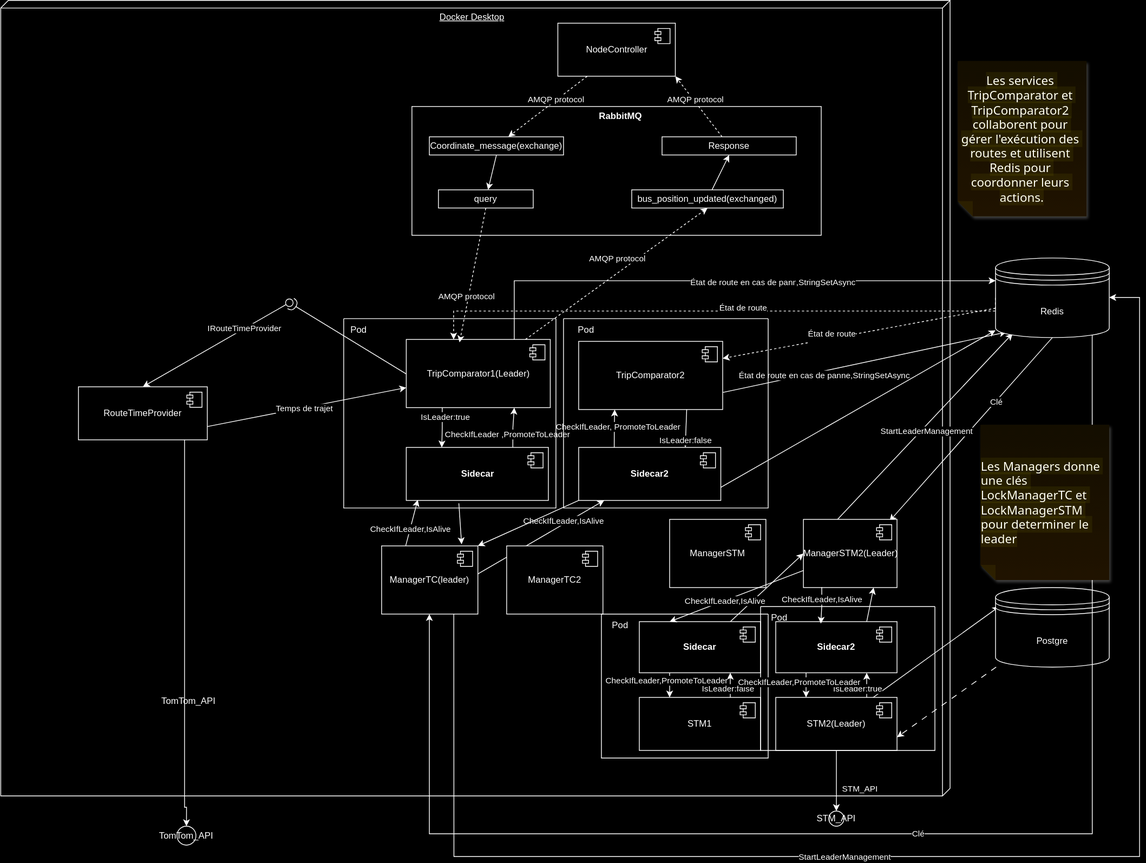
Earlier version of the draw.io export LOG430-STM-main/doc/C&CArchitecte.drawio.svg (Balsero/LOG430-STM-main). Source tidied: cells renumbered, new cells last; positions are measured from the earlier drawing's top-left corner, leaving out a move shared by most shapes.
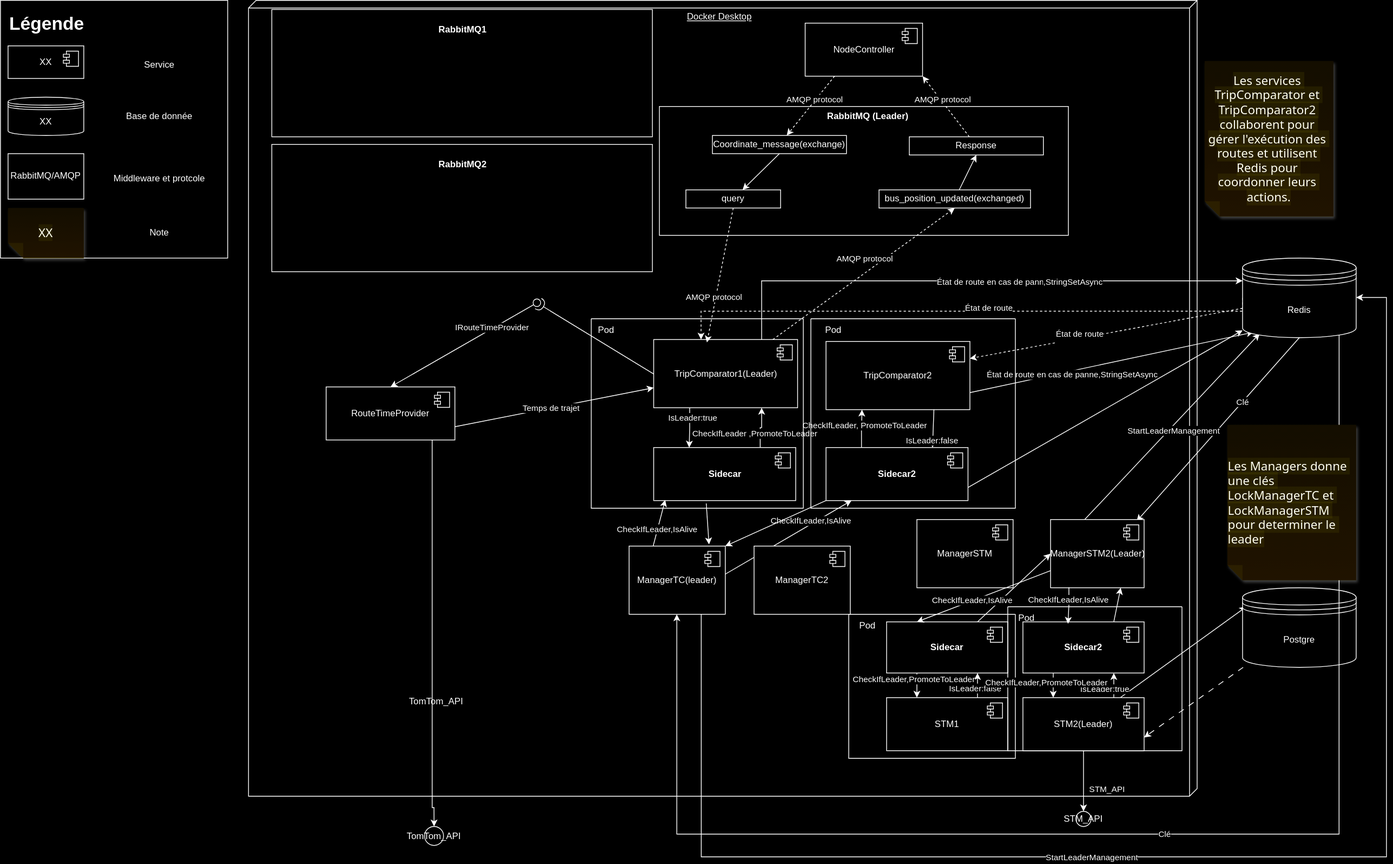
The same diagram one commit later.

What changed in the source:
```diff
@@ -22,14 +22,14 @@
         <mxPoint x="-27" y="7" as="offset" />
       </mxGeometry>
     </mxCell>
-    <mxCell id="8" value="RabbitMQ" style="text;align=center;fontStyle=1;verticalAlign=middle;spacingLeft=3;spacingRight=3;strokeColor=none;html=1;" parent="1" vertex="1">
+    <mxCell id="8" value="RabbitMQ (Leader)" style="text;align=center;fontStyle=1;verticalAlign=middle;spacingLeft=3;spacingRight=3;strokeColor=none;html=1;" parent="1" vertex="1">
       <mxGeometry x="777" y="140" width="80" height="26" as="geometry" />
     </mxCell>
     <mxCell id="9" style="rounded=0;jettySize=auto;html=1;exitX=0.5;exitY=1;exitDx=0;exitDy=0;" parent="1" edge="1" source="10" target="16">
       <mxGeometry relative="1" as="geometry" />
     </mxCell>
     <mxCell id="10" value="Coordinate_message(exchange)" style="html=1;whiteSpace=wrap;" parent="1" vertex="1">
-      <mxGeometry x="565" y="180" width="177" height="24" as="geometry" />
+      <mxGeometry x="612" y="178.2" width="177" height="24" as="geometry" />
     </mxCell>
     <mxCell id="11" style="rounded=0;jettySize=auto;html=1;entryX=1;entryY=1;entryDx=0;entryDy=0;dashed=1;" parent="1" edge="1" source="13" target="6">
       <mxGeometry relative="1" as="geometry" />
@@ -447,5 +447,52 @@
     <mxCell id="119" value="StartLeaderManagement" style="edgeLabel;html=1;align=center;verticalAlign=middle;" parent="1" vertex="1">
       <mxGeometry x="1112" y="1130" as="geometry" />
     </mxCell>
+    <mxCell id="120" style="rounded=0;whiteSpace=wrap;html=1;" parent="1" vertex="1">
+      <mxGeometry x="-328" width="300" height="340" as="geometry" />
+    </mxCell>
+    <mxCell id="121" value="&lt;h1 style=&quot;margin-top: 0px;&quot;&gt;Légende&lt;/h1&gt;&lt;p&gt;&lt;br&gt;&lt;/p&gt;" style="text;html=1;whiteSpace=wrap;overflow=hidden;rounded=0;" parent="1" vertex="1">
+      <mxGeometry x="-318" y="10" width="360" height="40" as="geometry" />
+    </mxCell>
+    <mxCell id="122" value="XX" style="html=1;whiteSpace=wrap;" parent="1" vertex="1">
+      <mxGeometry x="-318" y="60" width="100" height="43" as="geometry" />
+    </mxCell>
+    <mxCell id="123" style="shape=module;jettyWidth=8;jettyHeight=4;" parent="122" vertex="1">
+      <mxGeometry x="1" width="20" height="20" relative="1" as="geometry">
+        <mxPoint x="-27" y="7" as="offset" />
+      </mxGeometry>
+    </mxCell>
+    <mxCell id="124" value="XX" style="shape=datastore;whiteSpace=wrap;html=1;" parent="1" vertex="1">
+      <mxGeometry x="-318" y="127.8" width="100" height="50.5" as="geometry" />
+    </mxCell>
+    <mxCell id="125" value="Base de donnée" style="text;html=1;align=center;verticalAlign=middle;whiteSpace=wrap;rounded=0;" parent="1" vertex="1">
+      <mxGeometry x="-208" y="138" width="180" height="30" as="geometry" />
+    </mxCell>
+    <mxCell id="126" value="RabbitMQ/AMQP" style="rounded=0;whiteSpace=wrap;html=1;" parent="1" vertex="1">
+      <mxGeometry x="-318" y="202.2" width="100" height="60" as="geometry" />
+    </mxCell>
+    <mxCell id="127" value="Middleware et protcole" style="text;html=1;align=center;verticalAlign=middle;whiteSpace=wrap;rounded=0;" parent="1" vertex="1">
+      <mxGeometry x="-208" y="220" width="180" height="30" as="geometry" />
+    </mxCell>
+    <mxCell id="128" value="Service" style="text;html=1;align=center;verticalAlign=middle;whiteSpace=wrap;rounded=0;" parent="1" vertex="1">
+      <mxGeometry x="-208" y="70" width="180" height="30" as="geometry" />
+    </mxCell>
+    <mxCell id="129" value="&lt;div style=&quot;text-align: left;&quot;&gt;&lt;font face=&quot;gg sans, Noto Sans, Helvetica Neue, Helvetica, Arial, sans-serif&quot;&gt;&lt;span style=&quot;font-size: 16px; white-space-collapse: break-spaces; background-color: oklab(0.0846607 0.00000385568 0.00000169128 / 0.06);&quot;&gt;XX&lt;/span&gt;&lt;/font&gt;&lt;/div&gt;" style="shape=note;whiteSpace=wrap;html=1;backgroundOutline=1;fontColor=#000000;darkOpacity=0.05;fillColor=#FFF9B2;strokeColor=none;fillStyle=solid;direction=west;gradientDirection=north;gradientColor=#FFF2A1;shadow=1;size=20;" parent="1" vertex="1">
+      <mxGeometry x="-318" y="274" width="100" height="66" as="geometry" />
+    </mxCell>
+    <mxCell id="130" value="Note" style="text;html=1;align=center;verticalAlign=middle;whiteSpace=wrap;rounded=0;" parent="1" vertex="1">
+      <mxGeometry x="-208" y="292" width="180" height="30" as="geometry" />
+    </mxCell>
+    <mxCell id="131" style="html=1;whiteSpace=wrap;" parent="1" vertex="1">
+      <mxGeometry x="30.2" y="190" width="502.5" height="168" as="geometry" />
+    </mxCell>
+    <mxCell id="132" value="RabbitMQ2" style="text;align=center;fontStyle=1;verticalAlign=middle;spacingLeft=3;spacingRight=3;strokeColor=none;html=1;" parent="1" vertex="1">
+      <mxGeometry x="241.5" y="204" width="80" height="26" as="geometry" />
+    </mxCell>
+    <mxCell id="133" style="html=1;whiteSpace=wrap;" parent="1" vertex="1">
+      <mxGeometry x="30.2" y="12" width="502.5" height="168" as="geometry" />
+    </mxCell>
+    <mxCell id="134" value="RabbitMQ1" style="text;align=center;fontStyle=1;verticalAlign=middle;spacingLeft=3;spacingRight=3;strokeColor=none;html=1;" parent="1" vertex="1">
+      <mxGeometry x="241.5" y="26" width="80" height="26" as="geometry" />
+    </mxCell>
   </root>
 </mxGraphModel>
```
